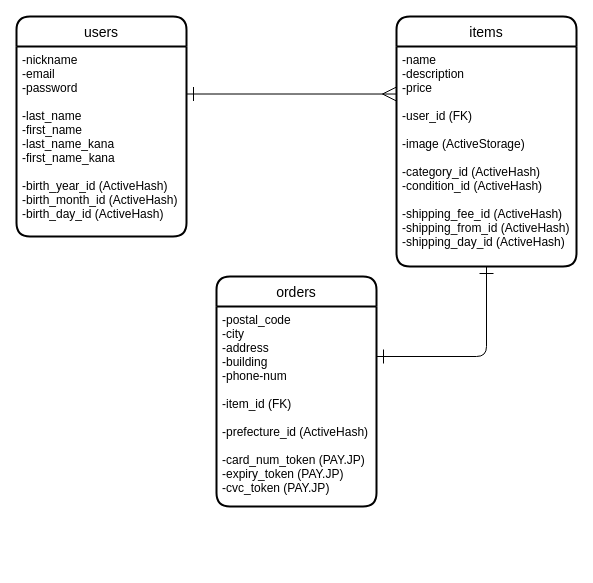
Before: ER.dio in avocado-don/furima-38963, a draw.io diagram. Source tidied: cells renumbered, new cells numbered last; positions are measured from the earlier drawing's top-left corner, leaving out a move shared by most shapes. Both pictures are drawn from the tidied source at 100%, with x=0, y=0 at pixel (16, 16).
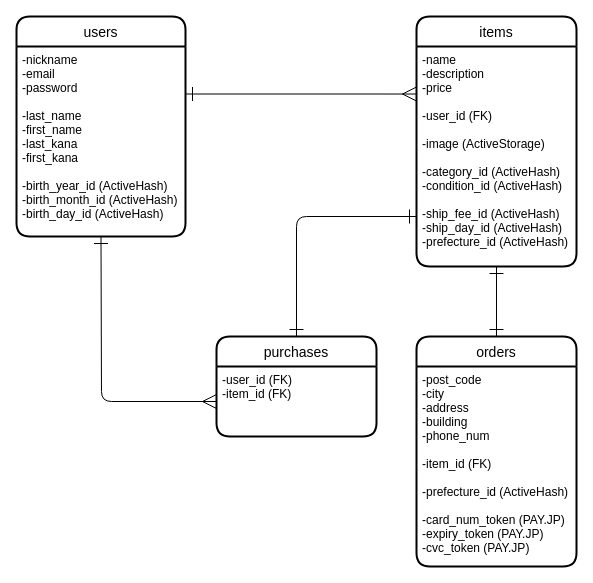
The same page after the edit.

Commit message (it also covers changes not shown here):
レビューの指摘箇所修正 #1

テーブル・カラムの追加

Change to the diagram source:
```diff
@@
 <mxGraphModel>
   <root>
     <mxCell id="0" />
     <mxCell id="1" parent="0" />
     <mxCell id="2" value="users" style="swimlane;horizontal=1;startSize=30;rounded=1;fontSize=14;fontStyle=0;strokeWidth=2;shadow=0;dashed=0;align=center;" parent="1" vertex="1">
-      <mxGeometry width="170" height="220" as="geometry" />
+      <mxGeometry width="169" height="220" as="geometry" />
     </mxCell>
-    <mxCell id="3" value="-nickname&#10;-email&#10;-password&#10;&#10;-last_name&#10;-first_name&#10;-last_name_kana&#10;-first_name_kana&#10;&#10;-birth_year_id (ActiveHash)&#10;-birth_month_id (ActiveHash)&#10;-birth_day_id (ActiveHash)" style="align=left;strokeColor=none;fillColor=none;spacingLeft=4;fontSize=12;verticalAlign=top;" parent="2" vertex="1">
-      <mxGeometry y="30" width="170" height="190" as="geometry" />
+    <mxCell id="3" value="-nickname&#10;-email&#10;-password&#10;&#10;-last_name&#10;-first_name&#10;-last_kana&#10;-first_kana&#10;&#10;-birth_year_id (ActiveHash)&#10;-birth_month_id (ActiveHash)&#10;-birth_day_id (ActiveHash)" style="align=left;strokeColor=none;fillColor=none;spacingLeft=4;fontSize=12;verticalAlign=top;" parent="2" vertex="1">
+      <mxGeometry y="30" width="169" height="190" as="geometry" />
     </mxCell>
     <mxCell id="4" value="items" style="swimlane;horizontal=1;startSize=30;rounded=1;fontSize=14;fontStyle=0;strokeWidth=2;shadow=0;dashed=0;align=center;" parent="1" vertex="1">
-      <mxGeometry x="380" width="180" height="250" as="geometry" />
+      <mxGeometry x="400" width="160" height="250" as="geometry" />
     </mxCell>
-    <mxCell id="5" value="-name&#10;-description&#10;-price&#10;&#10;-user_id (FK)&#10;&#10;-image (ActiveStorage)&#10;&#10;-category_id (ActiveHash)&#10;-condition_id (ActiveHash)&#10;&#10;-shipping_fee_id (ActiveHash)&#10;-shipping_from_id (ActiveHash)&#10;-shipping_day_id (ActiveHash)" style="align=left;strokeColor=none;fillColor=none;spacingLeft=4;fontSize=12;verticalAlign=top;" parent="4" vertex="1">
-      <mxGeometry y="30" width="180" height="220" as="geometry" />
+    <mxCell id="5" value="-name&#10;-description&#10;-price&#10;&#10;-user_id (FK)&#10;&#10;-image (ActiveStorage)&#10;&#10;-category_id (ActiveHash)&#10;-condition_id (ActiveHash)&#10;&#10;-ship_fee_id (ActiveHash)&#10;-ship_day_id (ActiveHash)&#10;-prefecture_id (ActiveHash)" style="align=left;strokeColor=none;fillColor=none;spacingLeft=4;fontSize=12;verticalAlign=top;" parent="4" vertex="1">
+      <mxGeometry y="30" width="160" height="220" as="geometry" />
     </mxCell>
+    <mxCell id="10" style="edgeStyle=none;html=1;entryX=0.5;entryY=1;entryDx=0;entryDy=0;startArrow=ERone;startFill=0;endArrow=ERone;endFill=0;startSize=12;endSize=12;" parent="1" edge="1" source="6" target="5">
+      <mxGeometry relative="1" as="geometry" />
+    </mxCell>
     <mxCell id="6" value="orders" style="swimlane;horizontal=1;startSize=30;rounded=1;fontSize=14;fontStyle=0;strokeWidth=2;shadow=0;dashed=0;align=center;" parent="1" vertex="1">
-      <mxGeometry x="200" y="260" width="160" height="230" as="geometry" />
+      <mxGeometry x="400" y="320" width="160" height="230" as="geometry" />
     </mxCell>
-    <mxCell id="7" value="-postal_code&#10;-city&#10;-address&#10;-building&#10;-phone-num&#10;&#10;-item_id (FK)&#10;&#10;-prefecture_id (ActiveHash)&#10;&#10;-card_num_token (PAY.JP)&#10;-expiry_token (PAY.JP)&#10;-cvc_token (PAY.JP)" style="align=left;strokeColor=none;fillColor=none;spacingLeft=4;fontSize=12;verticalAlign=top;" parent="6" vertex="1">
+    <mxCell id="7" value="-post_code&#10;-city&#10;-address&#10;-building&#10;-phone_num&#10;&#10;-item_id (FK)&#10;&#10;-prefecture_id (ActiveHash)&#10;&#10;-card_num_token (PAY.JP)&#10;-expiry_token (PAY.JP)&#10;-cvc_token (PAY.JP)" style="align=left;strokeColor=none;fillColor=none;spacingLeft=4;fontSize=12;verticalAlign=top;" parent="6" vertex="1">
       <mxGeometry y="30" width="160" height="200" as="geometry" />
     </mxCell>
     <mxCell id="8" style="edgeStyle=none;html=1;exitX=1;exitY=0.25;exitDx=0;exitDy=0;entryX=0;entryY=0.216;entryDx=0;entryDy=0;entryPerimeter=0;startArrow=ERone;startFill=0;endArrow=ERmany;endFill=0;endSize=12;startSize=12;" parent="1" edge="1" source="3" target="5">
       <mxGeometry relative="1" as="geometry" />
     </mxCell>
-    <mxCell id="9" style="edgeStyle=none;html=1;exitX=1;exitY=0.25;exitDx=0;exitDy=0;entryX=0.5;entryY=1;entryDx=0;entryDy=0;startArrow=ERone;startFill=0;endArrow=ERone;endFill=0;startSize=12;endSize=12;" parent="1" edge="1" source="7" target="5">
-      <mxGeometry relative="1" as="geometry">
-        <Array as="points">
-          <mxPoint x="470" y="340" />
-        </Array>
-      </mxGeometry>
-    </mxCell>
+    <mxCell id="11" value="purchases" style="swimlane;horizontal=1;startSize=30;rounded=1;fontSize=14;fontStyle=0;strokeWidth=2;shadow=0;dashed=0;align=center;" parent="1" vertex="1">
+      <mxGeometry x="200" y="320" width="160" height="100" as="geometry" />
+    </mxCell>
+    <mxCell id="12" value="-user_id (FK)&#10;-item_id (FK)&#10;" style="align=left;strokeColor=none;fillColor=none;spacingLeft=4;fontSize=12;verticalAlign=top;" parent="11" vertex="1">
+      <mxGeometry y="30" width="160" height="70" as="geometry" />
+    </mxCell>
+    <mxCell id="13" style="edgeStyle=none;html=1;exitX=0.5;exitY=1;exitDx=0;exitDy=0;entryX=0;entryY=0.5;entryDx=0;entryDy=0;startArrow=ERone;startFill=0;endArrow=ERmany;endFill=0;startSize=12;endSize=12;" parent="1" edge="1" source="3" target="12">
+      <mxGeometry relative="1" as="geometry">
+        <Array as="points">
+          <mxPoint x="85" y="385" />
+        </Array>
+      </mxGeometry>
+    </mxCell>
+    <mxCell id="14" style="edgeStyle=none;html=1;entryX=0.5;entryY=0;entryDx=0;entryDy=0;startArrow=ERone;startFill=0;endArrow=ERone;endFill=0;startSize=12;endSize=12;" parent="1" edge="1" target="11">
+      <mxGeometry relative="1" as="geometry">
+        <mxPoint x="400" y="200" as="sourcePoint" />
+        <Array as="points">
+          <mxPoint x="280" y="200" />
+        </Array>
+      </mxGeometry>
+    </mxCell>
   </root>
 </mxGraphModel>
```
